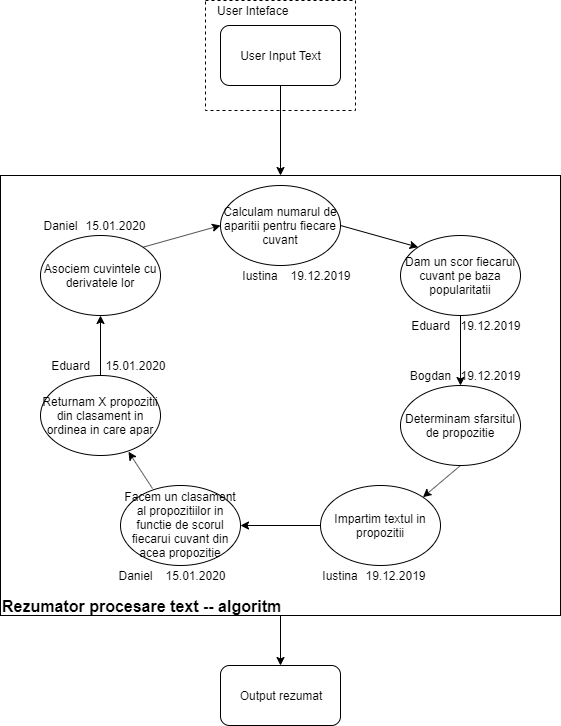
This is AI_arhitecture.png from iustinadumitru/IA_proiect, a draw.io export, as it was before one commit. Source tidied: cells renumbered, new cells last; positions are measured from the earlier drawing's top-left corner, leaving out a move shared by most shapes.
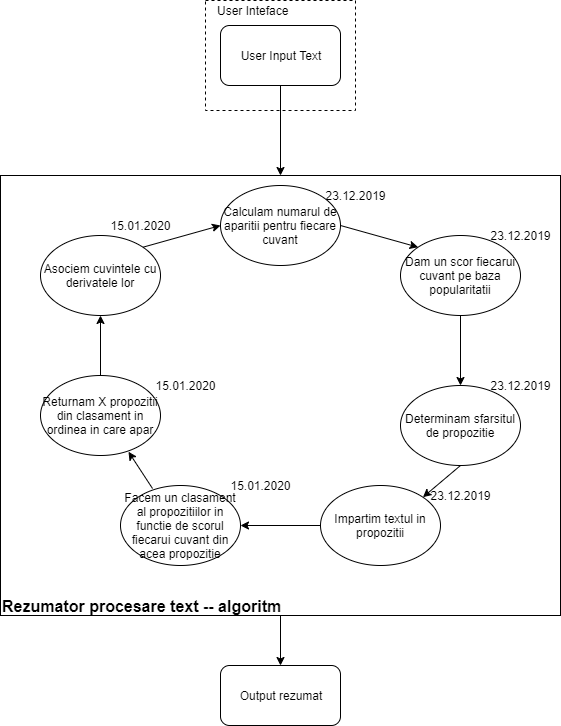
After the commit.

Commit message:
Started processing text

Change to the diagram source:
```diff
@@ -68,47 +68,26 @@
     <mxCell id="23" style="endArrow=classic;html=1;strokeColor=#000000;entryX=0.733;entryY=0.953;entryDx=0;entryDy=0;entryPerimeter=0;exitX=0.267;exitY=0.038;exitDx=0;exitDy=0;exitPerimeter=0;" parent="1" edge="1" source="15" target="10">
       <mxGeometry relative="1" as="geometry" />
     </mxCell>
-    <mxCell id="24" value="19.12.2019" style="text;html=1;strokeColor=none;fillColor=none;align=center;verticalAlign=middle;whiteSpace=wrap;rounded=0;dashed=1;" parent="1" vertex="1">
-      <mxGeometry x="300" y="265" width="40" height="20" as="geometry" />
+    <mxCell id="24" value="23.12.2019" style="text;html=1;strokeColor=none;fillColor=none;align=center;verticalAlign=middle;whiteSpace=wrap;rounded=0;dashed=1;" parent="1" vertex="1">
+      <mxGeometry x="335" y="185" width="40" height="20" as="geometry" />
     </mxCell>
-    <mxCell id="25" value="19.12.2019" style="text;html=1;strokeColor=none;fillColor=none;align=center;verticalAlign=middle;whiteSpace=wrap;rounded=0;dashed=1;" parent="1" vertex="1">
-      <mxGeometry x="470" y="315" width="40" height="20" as="geometry" />
+    <mxCell id="25" value="23.12.2019" style="text;html=1;strokeColor=none;fillColor=none;align=center;verticalAlign=middle;whiteSpace=wrap;rounded=0;dashed=1;" parent="1" vertex="1">
+      <mxGeometry x="500" y="225" width="40" height="20" as="geometry" />
     </mxCell>
-    <mxCell id="26" value="19.12.2019" style="text;html=1;strokeColor=none;fillColor=none;align=center;verticalAlign=middle;whiteSpace=wrap;rounded=0;dashed=1;" parent="1" vertex="1">
-      <mxGeometry x="470" y="365" width="40" height="20" as="geometry" />
+    <mxCell id="26" value="23.12.2019" style="text;html=1;strokeColor=none;fillColor=none;align=center;verticalAlign=middle;whiteSpace=wrap;rounded=0;dashed=1;" parent="1" vertex="1">
+      <mxGeometry x="500" y="375" width="40" height="20" as="geometry" />
     </mxCell>
-    <mxCell id="27" value="19.12.2019" style="text;html=1;strokeColor=none;fillColor=none;align=center;verticalAlign=middle;whiteSpace=wrap;rounded=0;dashed=1;" parent="1" vertex="1">
-      <mxGeometry x="375" y="565" width="40" height="20" as="geometry" />
+    <mxCell id="27" value="23.12.2019" style="text;html=1;strokeColor=none;fillColor=none;align=center;verticalAlign=middle;whiteSpace=wrap;rounded=0;dashed=1;" parent="1" vertex="1">
+      <mxGeometry x="440" y="485" width="40" height="20" as="geometry" />
     </mxCell>
     <mxCell id="28" value="15.01.2020" style="text;html=1;strokeColor=none;fillColor=none;align=center;verticalAlign=middle;whiteSpace=wrap;rounded=0;dashed=1;" parent="1" vertex="1">
-      <mxGeometry x="175" y="565" width="40" height="20" as="geometry" />
+      <mxGeometry x="240" y="475" width="40" height="20" as="geometry" />
     </mxCell>
     <mxCell id="29" value="15.01.2020" style="text;html=1;strokeColor=none;fillColor=none;align=center;verticalAlign=middle;whiteSpace=wrap;rounded=0;dashed=1;" parent="1" vertex="1">
-      <mxGeometry x="115" y="355" width="40" height="20" as="geometry" />
+      <mxGeometry x="165" y="375" width="40" height="20" as="geometry" />
     </mxCell>
     <mxCell id="30" value="15.01.2020" style="text;html=1;strokeColor=none;fillColor=none;align=center;verticalAlign=middle;whiteSpace=wrap;rounded=0;dashed=1;" parent="1" vertex="1">
-      <mxGeometry x="95" y="215" width="40" height="20" as="geometry" />
+      <mxGeometry x="120" y="215" width="40" height="20" as="geometry" />
     </mxCell>
-    <mxCell id="31" value="Daniel" style="text;html=1;strokeColor=none;fillColor=none;align=center;verticalAlign=middle;whiteSpace=wrap;rounded=0;dashed=1;" parent="1" vertex="1">
-      <mxGeometry x="115" y="565" width="40" height="20" as="geometry" />
-    </mxCell>
-    <mxCell id="32" value="Iustina" style="text;html=1;strokeColor=none;fillColor=none;align=center;verticalAlign=middle;whiteSpace=wrap;rounded=0;dashed=1;" parent="1" vertex="1">
-      <mxGeometry x="320" y="565" width="40" height="20" as="geometry" />
-    </mxCell>
-    <mxCell id="33" value="Eduard" style="text;html=1;strokeColor=none;fillColor=none;align=center;verticalAlign=middle;whiteSpace=wrap;rounded=0;dashed=1;" parent="1" vertex="1">
-      <mxGeometry x="50" y="355" width="40" height="20" as="geometry" />
-    </mxCell>
-    <mxCell id="34" value="Daniel" style="text;html=1;strokeColor=none;fillColor=none;align=center;verticalAlign=middle;whiteSpace=wrap;rounded=0;dashed=1;" parent="1" vertex="1">
-      <mxGeometry x="40" y="215" width="40" height="20" as="geometry" />
-    </mxCell>
-    <mxCell id="35" value="Iustina" style="text;html=1;strokeColor=none;fillColor=none;align=center;verticalAlign=middle;whiteSpace=wrap;rounded=0;dashed=1;" parent="1" vertex="1">
-      <mxGeometry x="240" y="265" width="40" height="20" as="geometry" />
-    </mxCell>
-    <mxCell id="36" value="Eduard" style="text;html=1;strokeColor=none;fillColor=none;align=center;verticalAlign=middle;whiteSpace=wrap;rounded=0;dashed=1;" parent="1" vertex="1">
-      <mxGeometry x="410" y="315" width="40" height="20" as="geometry" />
-    </mxCell>
-    <mxCell id="37" value="Bogdan" style="text;html=1;strokeColor=none;fillColor=none;align=center;verticalAlign=middle;whiteSpace=wrap;rounded=0;dashed=1;" parent="1" vertex="1">
-      <mxGeometry x="410" y="365" width="40" height="20" as="geometry" />
-    </mxCell>
   </root>
 </mxGraphModel>
```
